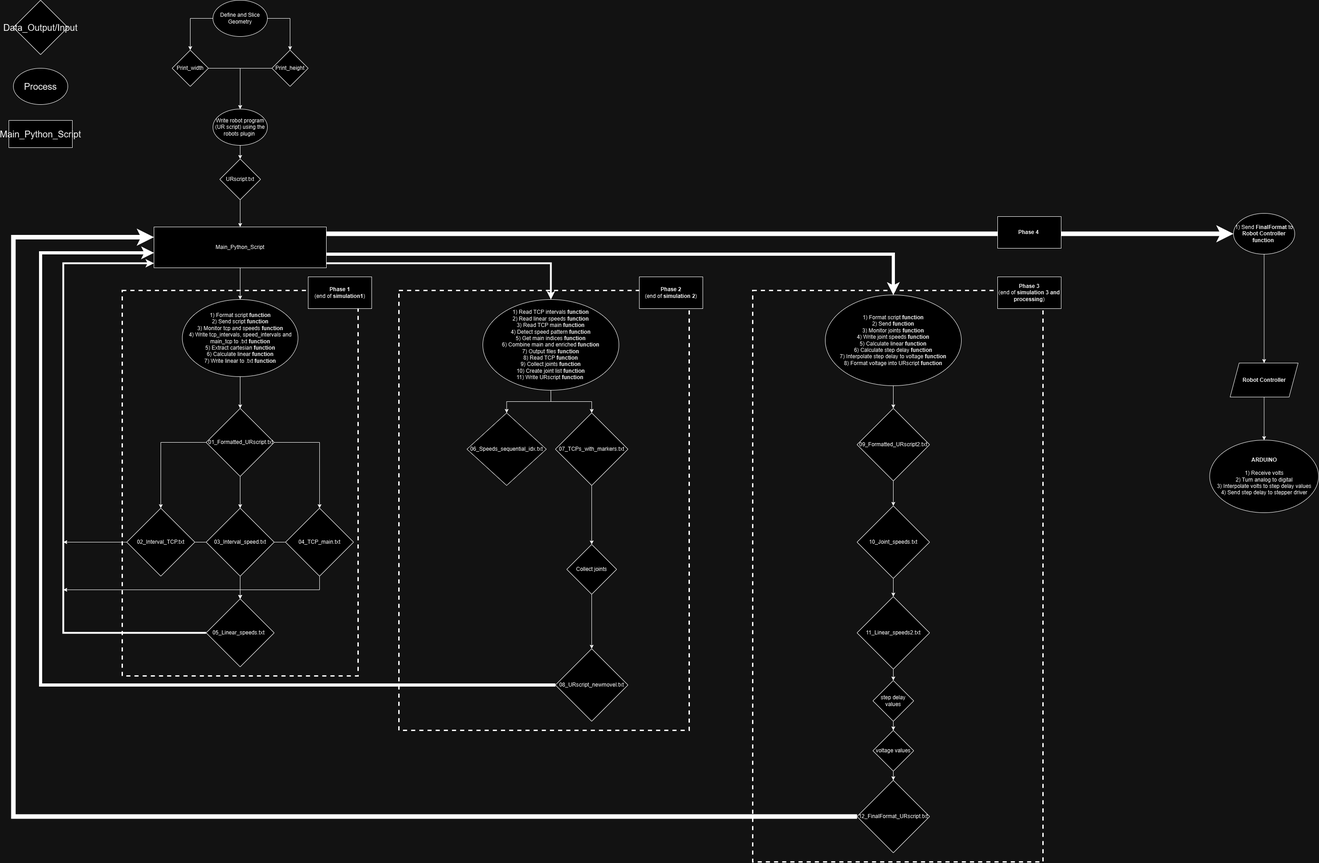
Above: Flowchart_CORE_Final.drawio.png in ludwikas/RoboPops (draw.io), before the change. Source tidied: cells renumbered, new cells last; positions are measured from the earlier drawing's top-left corner, leaving out a move shared by most shapes.
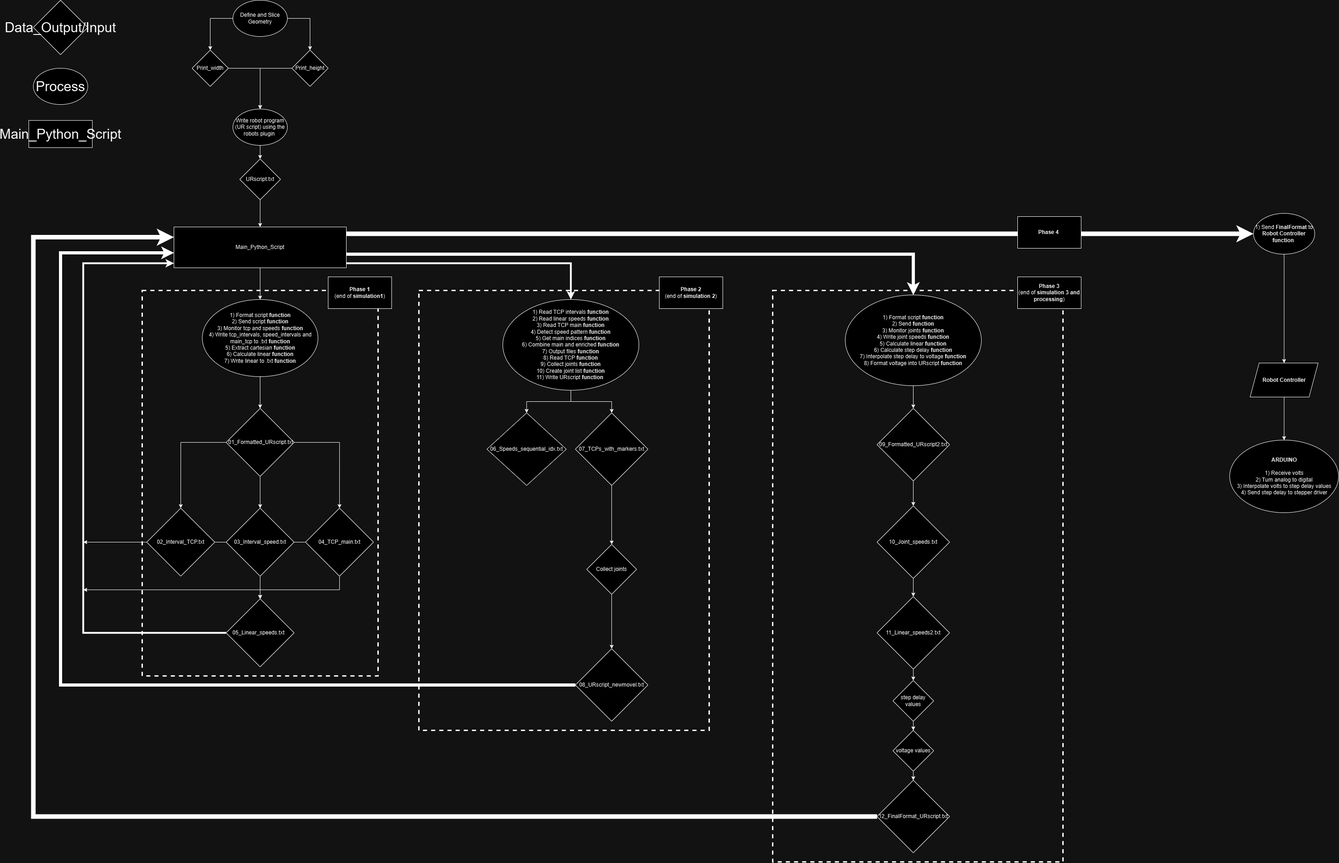
After the change.

Change to the diagram source:
```diff
@@ -11,13 +11,13 @@
     <mxCell id="4" style="rounded=0;whiteSpace=wrap;html=1;fillColor=none;strokeWidth=3;glass=0;shadow=0;dashed=1;" parent="1" vertex="1">
       <mxGeometry x="860" y="640" width="640" height="970" as="geometry" />
     </mxCell>
-    <mxCell id="5" value="&lt;font style=&quot;font-size: 20px;&quot;&gt;Data_Output/Input&lt;/font&gt;" style="rhombus;whiteSpace=wrap;html=1;" parent="1" vertex="1">
+    <mxCell id="5" value="&lt;font style=&quot;font-size: 30px;&quot;&gt;Data_Output/Input&lt;/font&gt;" style="rhombus;whiteSpace=wrap;html=1;" parent="1" vertex="1">
       <mxGeometry x="10" width="120" height="120" as="geometry" />
     </mxCell>
     <mxCell id="6" style="edgeStyle=orthogonalEdgeStyle;rounded=0;jettySize=auto;html=1;entryX=0.5;entryY=0;entryDx=0;entryDy=0;" parent="1" edge="1" source="42" target="24">
       <mxGeometry relative="1" as="geometry" />
     </mxCell>
-    <mxCell id="7" value="&lt;font style=&quot;font-size: 20px;&quot;&gt;Process&lt;/font&gt;" style="ellipse;whiteSpace=wrap;html=1;" parent="1" vertex="1">
+    <mxCell id="7" value="&lt;font style=&quot;font-size: 30px;&quot;&gt;Process&lt;/font&gt;" style="ellipse;whiteSpace=wrap;html=1;" parent="1" vertex="1">
       <mxGeometry x="10" y="150" width="120" height="80" as="geometry" />
     </mxCell>
     <mxCell id="8" style="edgeStyle=orthogonalEdgeStyle;rounded=0;jettySize=auto;html=1;entryX=0.5;entryY=0;entryDx=0;entryDy=0;" parent="1" edge="1" source="10" target="12">
@@ -160,7 +160,7 @@
     <mxCell id="45" value="06_Speeds_sequential_idx.txt" style="rhombus;whiteSpace=wrap;html=1;" parent="1" vertex="1">
       <mxGeometry x="1010" y="910" width="175" height="160" as="geometry" />
     </mxCell>
-    <mxCell id="46" value="&lt;font style=&quot;font-size: 20px;&quot;&gt;Main_Python_Script&lt;/font&gt;" style="rounded=0;whiteSpace=wrap;html=1;" parent="1" vertex="1">
+    <mxCell id="46" value="&lt;font style=&quot;font-size: 30px;&quot;&gt;Main_Python_Script&lt;/font&gt;" style="rounded=0;whiteSpace=wrap;html=1;" parent="1" vertex="1">
       <mxGeometry y="265" width="140" height="60" as="geometry" />
     </mxCell>
     <mxCell id="47" style="edgeStyle=orthogonalEdgeStyle;rounded=0;jettySize=auto;html=1;entryX=0.5;entryY=0;entryDx=0;entryDy=0;" parent="1" edge="1" source="52" target="50">
```
